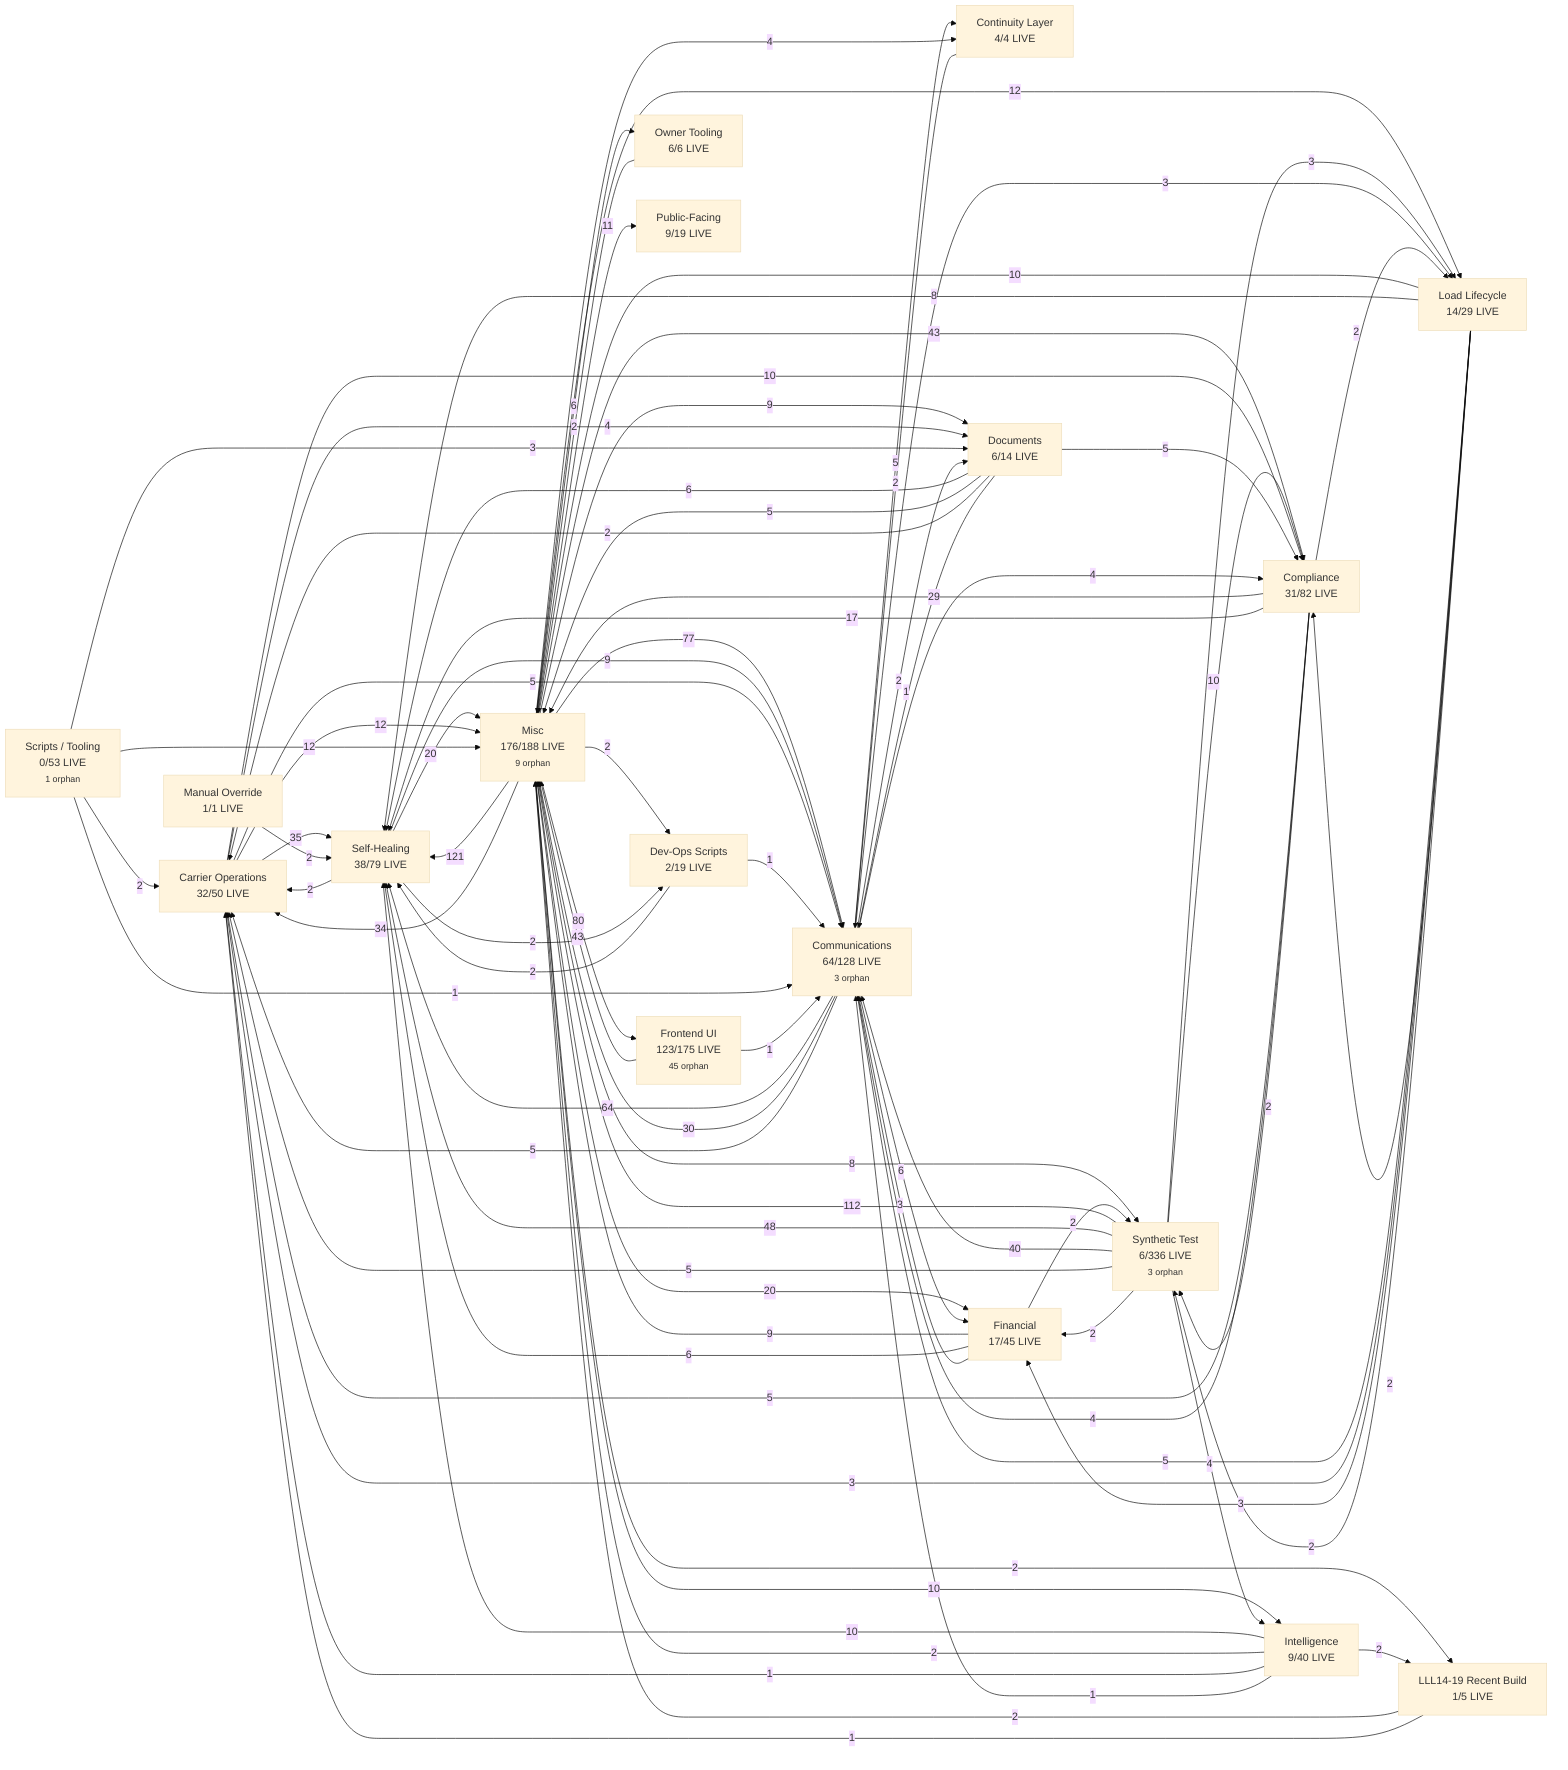
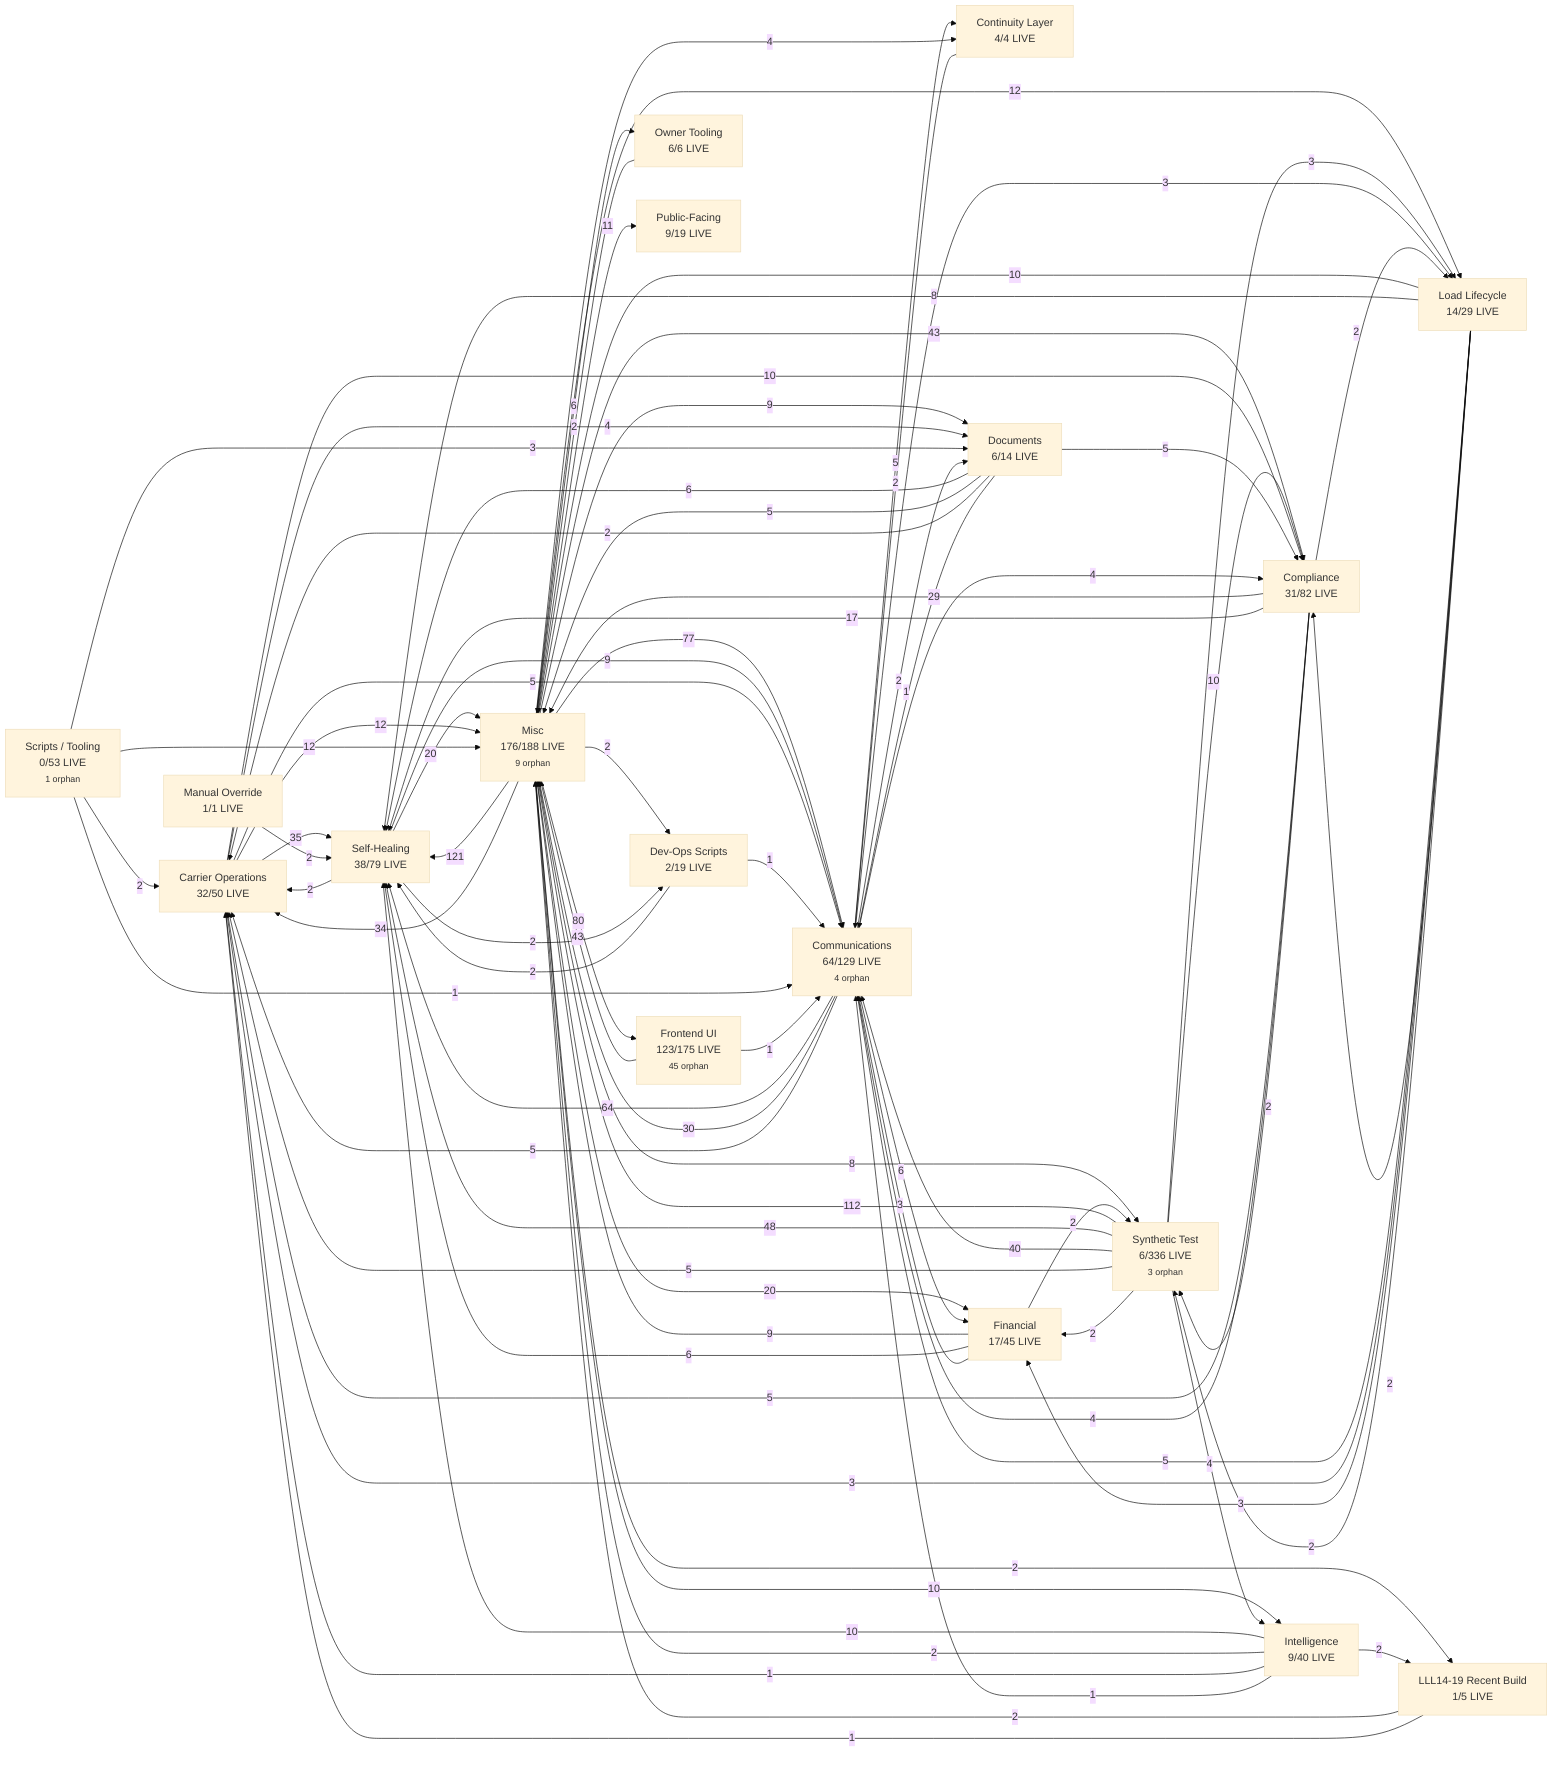
%%{init: {'theme':'base'}}%%
graph LR

  %% Subsystem nodes (size in label = LIVE / total)
  S_Carrier_Operations["Carrier Operations<br/>32/50 LIVE"]
-   S_Communications["Communications<br/>64/128 LIVE<br/><small>3 orphan</small>"]
+   S_Communications["Communications<br/>64/129 LIVE<br/><small>4 orphan</small>"]
  S_Compliance["Compliance<br/>31/82 LIVE"]
  S_Continuity_Layer["Continuity Layer<br/>4/4 LIVE"]
  S_Dev_Ops_Scripts["Dev-Ops Scripts<br/>2/19 LIVE"]
  S_Documents["Documents<br/>6/14 LIVE"]
  S_Financial["Financial<br/>17/45 LIVE"]
  S_Frontend_UI["Frontend UI<br/>123/175 LIVE<br/><small>45 orphan</small>"]
  S_Intelligence["Intelligence<br/>9/40 LIVE"]
  S_LLL14_19_Recent_Build["LLL14-19 Recent Build<br/>1/5 LIVE"]
  S_Load_Lifecycle["Load Lifecycle<br/>14/29 LIVE"]
  S_Manual_Override["Manual Override<br/>1/1 LIVE"]
  S_Misc["Misc<br/>176/188 LIVE<br/><small>9 orphan</small>"]
  S_Owner_Tooling["Owner Tooling<br/>6/6 LIVE"]
  S_Public_Facing["Public-Facing<br/>9/19 LIVE"]
  S_Scripts___Tooling["Scripts / Tooling<br/>0/53 LIVE<br/><small>1 orphan</small>"]
  S_Self_Healing["Self-Healing<br/>38/79 LIVE"]
  S_Synthetic_Test["Synthetic Test<br/>6/336 LIVE<br/><small>3 orphan</small>"]

  %% Cross-subsystem edges (weighted by caller-file count)
  S_Misc -- 121 --> S_Self_Healing
  S_Synthetic_Test -- 112 --> S_Misc
  S_Misc -- 80 --> S_Frontend_UI
  S_Misc -- 77 --> S_Communications
  S_Communications -- 64 --> S_Self_Healing
  S_Synthetic_Test -- 48 --> S_Self_Healing
  S_Misc -- 43 --> S_Compliance
  S_Frontend_UI -- 43 --> S_Misc
  S_Synthetic_Test -- 40 --> S_Communications
  S_Carrier_Operations -- 35 --> S_Self_Healing
  S_Misc -- 34 --> S_Carrier_Operations
  S_Communications -- 30 --> S_Misc
  S_Compliance -- 29 --> S_Misc
  S_Misc -- 20 --> S_Financial
  S_Self_Healing -- 20 --> S_Misc
  S_Compliance -- 17 --> S_Self_Healing
  S_Misc -- 12 --> S_Load_Lifecycle
  S_Carrier_Operations -- 12 --> S_Misc
  S_Scripts___Tooling -- 12 --> S_Misc
  S_Misc -- 11 --> S_Public_Facing
  S_Synthetic_Test -- 10 --> S_Compliance
  S_Carrier_Operations -- 10 --> S_Compliance
  S_Misc -- 10 --> S_Intelligence
  S_Load_Lifecycle -- 10 --> S_Misc
  S_Intelligence -- 10 --> S_Self_Healing
  S_Self_Healing -- 9 --> S_Communications
  S_Misc -- 9 --> S_Documents
  S_Financial -- 9 --> S_Misc
  S_Load_Lifecycle -- 8 --> S_Self_Healing
  S_Misc -- 8 --> S_Synthetic_Test
  S_Communications -- 6 --> S_Financial
  S_Misc -- 6 --> S_Owner_Tooling
  S_Documents -- 6 --> S_Self_Healing
  S_Financial -- 6 --> S_Self_Healing
  S_Compliance -- 5 --> S_Carrier_Operations
  S_Communications -- 5 --> S_Carrier_Operations
  S_Synthetic_Test -- 5 --> S_Carrier_Operations
  S_Carrier_Operations -- 5 --> S_Communications
  S_Load_Lifecycle -- 5 --> S_Communications
  S_Documents -- 5 --> S_Compliance
  S_Communications -- 5 --> S_Continuity_Layer
  S_Documents -- 5 --> S_Misc
  S_Compliance -- 4 --> S_Communications
  S_Communications -- 4 --> S_Compliance
  S_Misc -- 4 --> S_Continuity_Layer
  S_Carrier_Operations -- 4 --> S_Documents
  S_Synthetic_Test -- 4 --> S_Intelligence
  S_Load_Lifecycle -- 3 --> S_Carrier_Operations
  S_Financial -- 3 --> S_Communications
  S_Scripts___Tooling -- 3 --> S_Documents
  S_Load_Lifecycle -- 3 --> S_Financial
  S_Synthetic_Test -- 3 --> S_Load_Lifecycle
  S_Communications -- 3 --> S_Load_Lifecycle
  S_Documents -- 2 --> S_Carrier_Operations
  S_Self_Healing -- 2 --> S_Carrier_Operations
  S_Scripts___Tooling -- 2 --> S_Carrier_Operations
  S_Continuity_Layer -- 2 --> S_Communications
  S_Load_Lifecycle -- 2 --> S_Compliance
  S_Misc -- 2 --> S_Dev_Ops_Scripts
  S_Self_Healing -- 2 --> S_Dev_Ops_Scripts
  S_Communications -- 2 --> S_Documents
  S_Synthetic_Test -- 2 --> S_Financial
  S_Misc -- 2 --> S_LLL14_19_Recent_Build
  S_Intelligence -- 2 --> S_LLL14_19_Recent_Build
  S_Compliance -- 2 --> S_Load_Lifecycle
  S_Owner_Tooling -- 2 --> S_Misc
  S_Intelligence -- 2 --> S_Misc
  S_LLL14_19_Recent_Build -- 2 --> S_Misc
  S_Dev_Ops_Scripts -- 2 --> S_Self_Healing
  S_Manual_Override -- 2 --> S_Self_Healing
  S_Compliance -- 2 --> S_Synthetic_Test
  S_Financial -- 2 --> S_Synthetic_Test
  S_Load_Lifecycle -- 2 --> S_Synthetic_Test
  S_Intelligence -- 1 --> S_Carrier_Operations
  S_LLL14_19_Recent_Build -- 1 --> S_Carrier_Operations
  S_Intelligence -- 1 --> S_Communications
  S_Documents -- 1 --> S_Communications
  S_Dev_Ops_Scripts -- 1 --> S_Communications
  S_Scripts___Tooling -- 1 --> S_Communications
  S_Frontend_UI -- 1 --> S_Communications